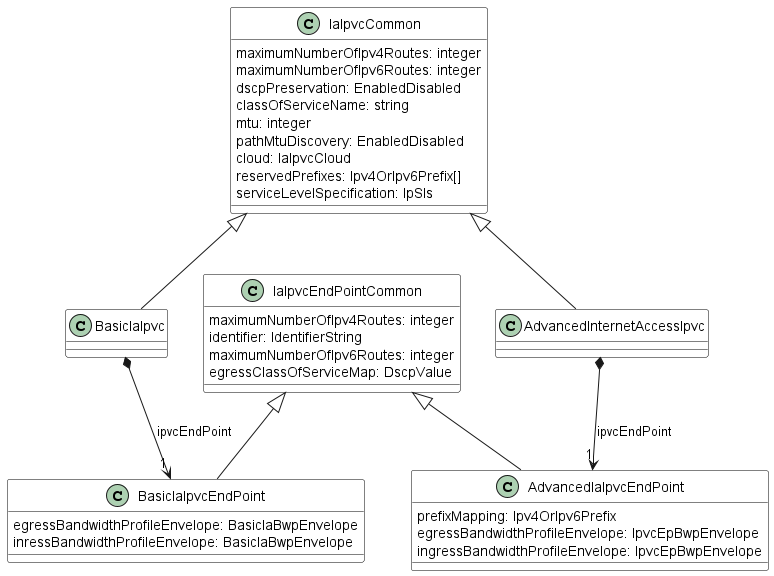
Above: documentation/productSchema/ip/internetAccess/MEF 139 resources/media/SuperClassesIpvc.png in MEF-GIT/MEF-LSO-Sonata-SDK (PlantUML), before the change.
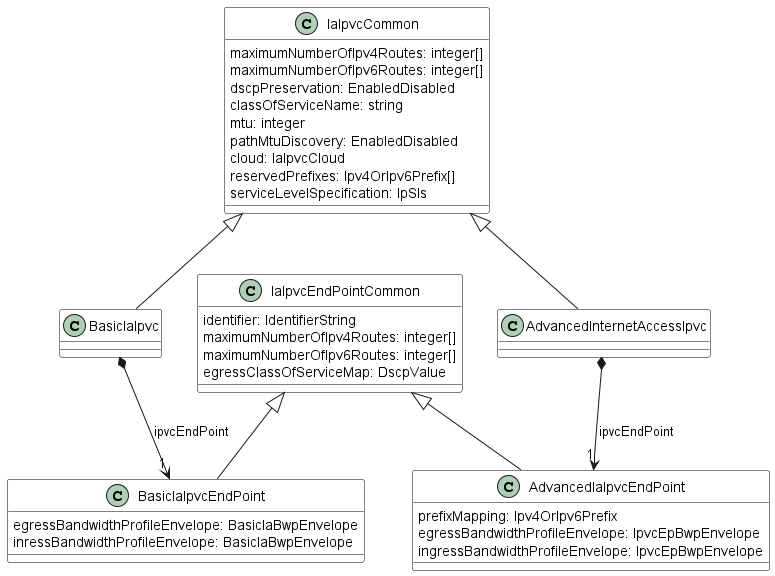
Later version of the same file.

Diff of the diagram source:
```diff
@@ -8,8 +8,8 @@
 
 class IaIpvcCommon {
 
-    maximumNumberOfIpv4Routes: integer
-    maximumNumberOfIpv6Routes: integer
+    maximumNumberOfIpv4Routes: integer[]
+    maximumNumberOfIpv6Routes: integer[]
     dscpPreservation: EnabledDisabled
     classOfServiceName: string
     mtu: integer
@@ -40,9 +40,9 @@
 
 class IaIpvcEndPointCommon {
 
-    maximumNumberOfIpv4Routes: integer
     identifier: IdentifierString
-    maximumNumberOfIpv6Routes: integer
+    maximumNumberOfIpv4Routes: integer[]
+    maximumNumberOfIpv6Routes: integer[]
     egressClassOfServiceMap: DscpValue
 }
 
```
